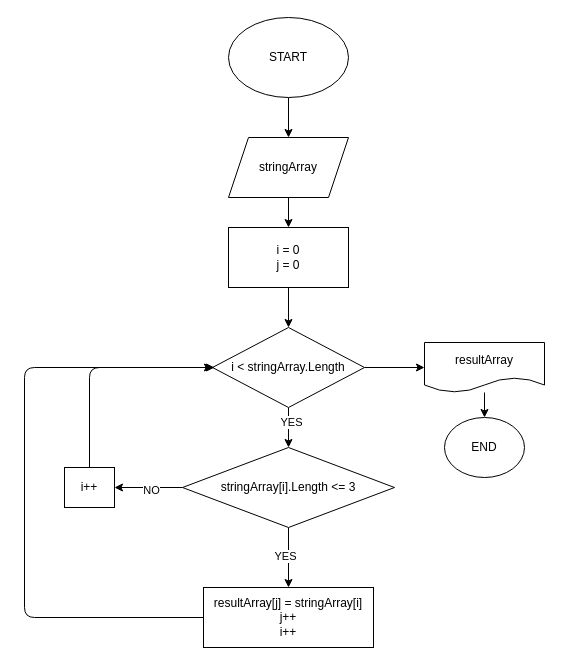
This is BlockScheme.drawio from Storm1108/Control, a draw.io file, before an edit. Source tidied: cells renumbered, new cells numbered last; positions are measured from the earlier drawing's top-left corner, leaving out a move shared by most shapes. Both pictures are drawn from the tidied source at 100%, with x=0, y=0 at pixel (24, 17).
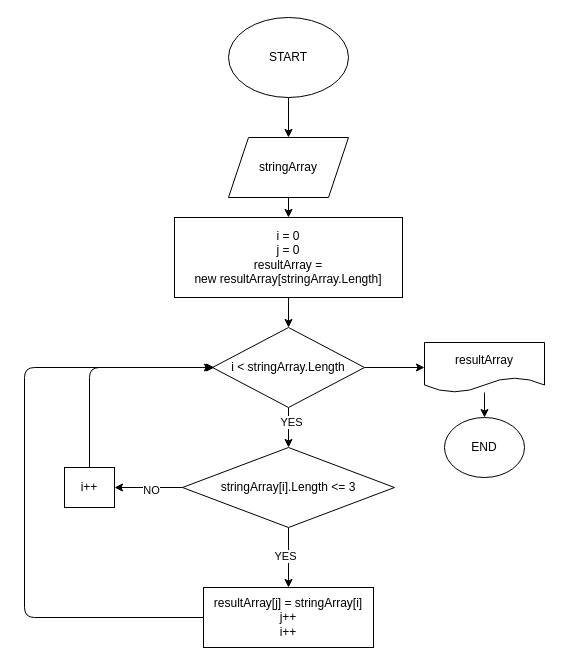
Above is the later version.

Commit message:
Подправил блок-схему

What changed in the source:
```diff
@@
-    <mxCell id="11" value="i = 0&lt;br&gt;j = 0" style="whiteSpace=wrap;html=1;" parent="1" vertex="1">
-      <mxGeometry x="204" y="210" width="120" height="60" as="geometry" />
+    <mxCell id="11" value="i = 0&lt;br&gt;j = 0&lt;br&gt;resultArray = &lt;br&gt;new resultArray[stringArray.Length]" style="whiteSpace=wrap;html=1;" parent="1" vertex="1">
+      <mxGeometry x="150" y="200" width="228" height="80" as="geometry" />
     </mxCell>
```
